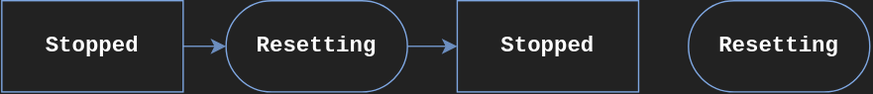
Stolorzs/Picgo keeps this draw.io diagram as drawio/PackMLState.svg. Above is the earlier version. Source tidied: cells renumbered, new cells last; positions are measured from the earlier drawing's top-left corner, leaving out a move shared by most shapes.
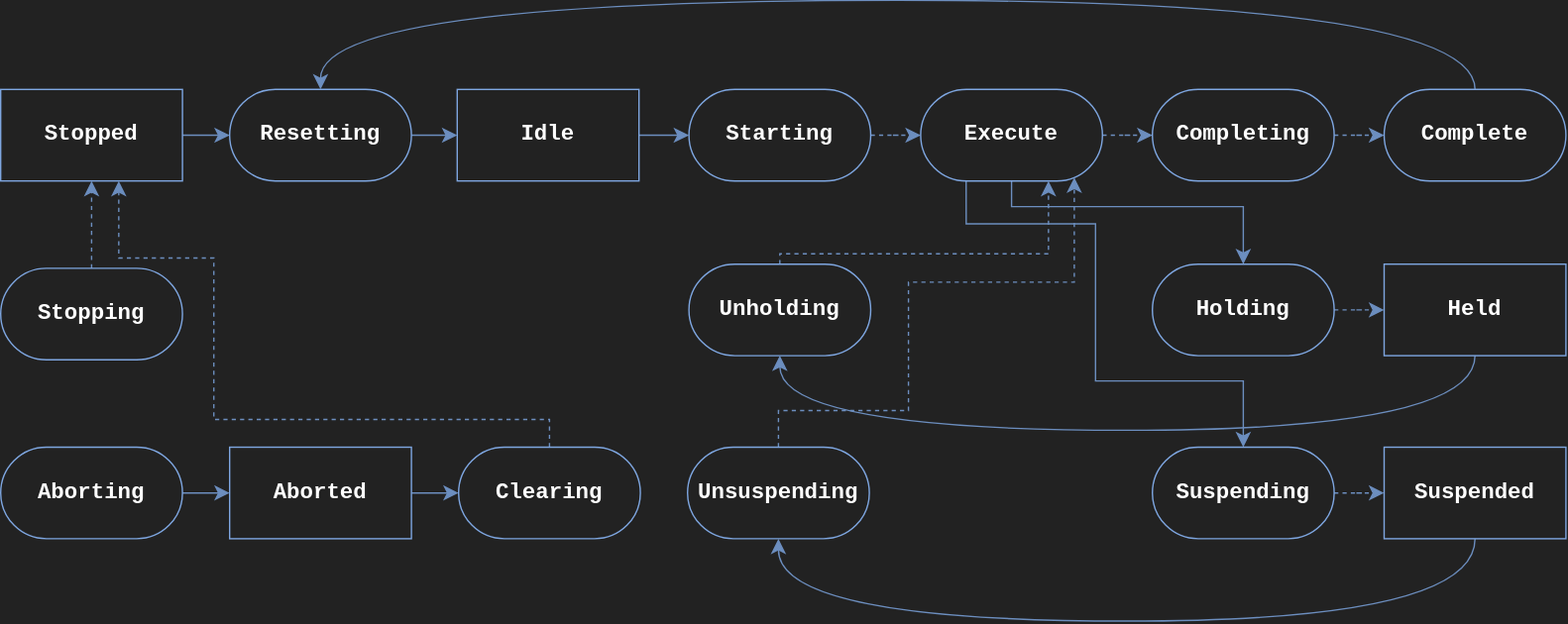
Above is the later version.

What changed in the source:
```diff
@@ -12,13 +12,154 @@
       <mxGeometry relative="1" as="geometry" />
     </mxCell>
     <mxCell id="5" value="&lt;div&gt;&lt;font color=&quot;#ffffff&quot;&gt;&lt;span style=&quot;font-size: 16px;&quot;&gt;Resetting&lt;/span&gt;&lt;/font&gt;&lt;/div&gt;" style="rounded=1;whiteSpace=wrap;html=1;strokeColor=#7EA6E0;align=center;verticalAlign=middle;fontFamily=Courier New;fontSize=12;fontColor=default;fontStyle=1;labelBackgroundColor=none;fillColor=none;roundedPerimeter=1;arcSize=50;" parent="1" vertex="1">
-      <mxGeometry x="162" width="131" height="66" as="geometry" />
+      <mxGeometry x="165" width="131" height="66" as="geometry" />
     </mxCell>
+    <mxCell id="8" style="edgeStyle=orthogonalEdgeStyle;shape=connector;rounded=0;jettySize=auto;html=1;strokeColor=#6c8ebf;align=center;verticalAlign=middle;fontFamily=Helvetica;fontSize=12;fontColor=default;labelBackgroundColor=default;startSize=8;endArrow=classic;endSize=8;fillColor=#dae8fc;" parent="1" edge="1" source="6" target="7">
+      <mxGeometry relative="1" as="geometry" />
+    </mxCell>
-    <mxCell id="6" value="&lt;font color=&quot;#ffffff&quot;&gt;&lt;span style=&quot;font-size: 16px;&quot;&gt;Stopped&lt;/span&gt;&lt;/font&gt;" style="rounded=0;whiteSpace=wrap;html=1;strokeColor=#7EA6E0;align=center;verticalAlign=middle;fontFamily=Courier New;fontSize=12;fontColor=default;fontStyle=1;labelBackgroundColor=none;fillColor=none;" parent="1" vertex="1">
+    <mxCell id="6" value="&lt;font color=&quot;#ffffff&quot;&gt;&lt;span style=&quot;font-size: 16px;&quot;&gt;Idle&lt;/span&gt;&lt;/font&gt;" style="rounded=0;whiteSpace=wrap;html=1;strokeColor=#7EA6E0;align=center;verticalAlign=middle;fontFamily=Courier New;fontSize=12;fontColor=default;fontStyle=1;labelBackgroundColor=none;fillColor=none;" parent="1" vertex="1">
       <mxGeometry x="329" width="131" height="66" as="geometry" />
     </mxCell>
+    <mxCell id="9" style="edgeStyle=orthogonalEdgeStyle;shape=connector;rounded=0;jettySize=auto;html=1;strokeColor=#6c8ebf;align=center;verticalAlign=middle;fontFamily=Helvetica;fontSize=12;fontColor=default;labelBackgroundColor=default;startSize=8;endArrow=classic;endSize=8;fillColor=#dae8fc;dashed=1;" parent="1" edge="1" source="7" target="13">
+      <mxGeometry relative="1" as="geometry" />
+    </mxCell>
-    <mxCell id="7" value="&lt;div&gt;&lt;font color=&quot;#ffffff&quot;&gt;&lt;span style=&quot;font-size: 16px;&quot;&gt;Resetting&lt;/span&gt;&lt;/font&gt;&lt;/div&gt;" style="rounded=1;whiteSpace=wrap;html=1;strokeColor=#7EA6E0;align=center;verticalAlign=middle;fontFamily=Courier New;fontSize=12;fontColor=default;fontStyle=1;labelBackgroundColor=none;fillColor=none;roundedPerimeter=1;arcSize=50;" parent="1" vertex="1">
+    <mxCell id="7" value="&lt;div&gt;&lt;font color=&quot;#ffffff&quot;&gt;&lt;span style=&quot;font-size: 16px;&quot;&gt;Starting&lt;/span&gt;&lt;/font&gt;&lt;/div&gt;" style="rounded=1;whiteSpace=wrap;html=1;strokeColor=#7EA6E0;align=center;verticalAlign=middle;fontFamily=Courier New;fontSize=12;fontColor=default;fontStyle=1;labelBackgroundColor=none;fillColor=none;roundedPerimeter=1;arcSize=50;" parent="1" vertex="1">
       <mxGeometry x="496" width="131" height="66" as="geometry" />
     </mxCell>
+    <mxCell id="10" style="edgeStyle=orthogonalEdgeStyle;shape=connector;rounded=0;jettySize=auto;html=1;strokeColor=#6c8ebf;align=center;verticalAlign=middle;fontFamily=Helvetica;fontSize=12;fontColor=default;labelBackgroundColor=default;startSize=8;endArrow=classic;endSize=8;fillColor=#dae8fc;dashed=1;" parent="1" edge="1" source="13" target="15">
+      <mxGeometry relative="1" as="geometry" />
+    </mxCell>
+    <mxCell id="11" style="edgeStyle=orthogonalEdgeStyle;shape=connector;rounded=0;jettySize=auto;html=1;strokeColor=#6c8ebf;align=center;verticalAlign=middle;fontFamily=Helvetica;fontSize=12;fontColor=default;labelBackgroundColor=default;startSize=8;endArrow=classic;endSize=8;fillColor=#dae8fc;" parent="1" edge="1" source="13" target="31">
+      <mxGeometry relative="1" as="geometry">
+        <Array as="points">
+          <mxPoint x="728.5" y="84.5" />
+          <mxPoint x="895.5" y="84.5" />
+        </Array>
+      </mxGeometry>
+    </mxCell>
+    <mxCell id="12" style="edgeStyle=orthogonalEdgeStyle;shape=connector;rounded=0;jettySize=auto;html=1;strokeColor=#6c8ebf;align=center;verticalAlign=middle;fontFamily=Helvetica;fontSize=12;fontColor=default;labelBackgroundColor=default;startSize=8;endArrow=classic;endSize=8;fillColor=#dae8fc;exitX=0.25;exitY=1;exitDx=0;exitDy=0;" parent="1" edge="1" source="13" target="35">
+      <mxGeometry x="0.25" relative="1" as="geometry">
+        <Array as="points">
+          <mxPoint x="695.8" y="96.9" />
+          <mxPoint x="789" y="96.9" />
+          <mxPoint x="789" y="210.2" />
+          <mxPoint x="895.5" y="210.2" />
+        </Array>
+      </mxGeometry>
+    </mxCell>
+    <mxCell id="13" value="&lt;div&gt;&lt;font color=&quot;#ffffff&quot;&gt;&lt;span style=&quot;font-size: 16px;&quot;&gt;Execute&lt;/span&gt;&lt;/font&gt;&lt;/div&gt;" style="rounded=1;whiteSpace=wrap;html=1;strokeColor=#7EA6E0;align=center;verticalAlign=middle;fontFamily=Courier New;fontSize=12;fontColor=default;fontStyle=1;labelBackgroundColor=none;fillColor=none;roundedPerimeter=1;arcSize=50;" parent="1" vertex="1">
+      <mxGeometry x="663" width="131" height="66" as="geometry" />
+    </mxCell>
+    <mxCell id="14" style="edgeStyle=orthogonalEdgeStyle;shape=connector;rounded=0;jettySize=auto;html=1;strokeColor=#6c8ebf;align=center;verticalAlign=middle;fontFamily=Helvetica;fontSize=12;fontColor=default;labelBackgroundColor=default;startSize=8;endArrow=classic;endSize=8;fillColor=#dae8fc;dashed=1;" parent="1" edge="1" source="15" target="17">
+      <mxGeometry relative="1" as="geometry" />
+    </mxCell>
+    <mxCell id="15" value="&lt;div&gt;&lt;font color=&quot;#ffffff&quot;&gt;&lt;span style=&quot;font-size: 16px;&quot;&gt;Completing&lt;/span&gt;&lt;/font&gt;&lt;/div&gt;" style="rounded=1;whiteSpace=wrap;html=1;strokeColor=#7EA6E0;align=center;verticalAlign=middle;fontFamily=Courier New;fontSize=12;fontColor=default;fontStyle=1;labelBackgroundColor=none;fillColor=none;roundedPerimeter=1;arcSize=50;" parent="1" vertex="1">
+      <mxGeometry x="830" width="131" height="66" as="geometry" />
+    </mxCell>
+    <mxCell id="16" style="edgeStyle=orthogonalEdgeStyle;shape=connector;rounded=0;jettySize=auto;html=1;strokeColor=#6c8ebf;align=center;verticalAlign=middle;fontFamily=Helvetica;fontSize=12;fontColor=default;labelBackgroundColor=default;startSize=8;endArrow=classic;endSize=8;fillColor=#dae8fc;curved=1;curveGeometry=1;" parent="1" edge="1" source="17" target="5">
+      <mxGeometry relative="1" as="geometry">
+        <Array as="points">
+          <mxPoint x="1062.5" y="-64.3" />
+          <mxPoint x="230.5" y="-64.3" />
+        </Array>
+      </mxGeometry>
+    </mxCell>
+    <mxCell id="17" value="&lt;div&gt;&lt;font color=&quot;#ffffff&quot;&gt;&lt;span style=&quot;font-size: 16px;&quot;&gt;Complete&lt;/span&gt;&lt;/font&gt;&lt;/div&gt;" style="rounded=1;whiteSpace=wrap;html=1;strokeColor=#7EA6E0;align=center;verticalAlign=middle;fontFamily=Courier New;fontSize=12;fontColor=default;fontStyle=1;labelBackgroundColor=none;fillColor=none;roundedPerimeter=1;arcSize=50;" parent="1" vertex="1">
+      <mxGeometry x="997" width="131" height="66" as="geometry" />
+    </mxCell>
+    <mxCell id="18" style="edgeStyle=orthogonalEdgeStyle;shape=connector;rounded=0;jettySize=auto;html=1;strokeColor=#6c8ebf;align=center;verticalAlign=middle;fontFamily=Helvetica;fontSize=12;fontColor=default;labelBackgroundColor=default;startSize=8;endArrow=classic;endSize=8;fillColor=#dae8fc;dashed=1;" parent="1" edge="1" source="19" target="3">
+      <mxGeometry relative="1" as="geometry" />
+    </mxCell>
+    <mxCell id="19" value="&lt;div&gt;&lt;font color=&quot;#ffffff&quot;&gt;&lt;span style=&quot;font-size: 16px;&quot;&gt;Stopping&lt;/span&gt;&lt;/font&gt;&lt;/div&gt;" style="rounded=1;whiteSpace=wrap;html=1;strokeColor=#7EA6E0;align=center;verticalAlign=middle;fontFamily=Courier New;fontSize=12;fontColor=default;fontStyle=1;labelBackgroundColor=none;fillColor=none;roundedPerimeter=1;arcSize=50;" parent="1" vertex="1">
+      <mxGeometry y="129" width="131" height="66" as="geometry" />
+    </mxCell>
+    <mxCell id="20" style="edgeStyle=orthogonalEdgeStyle;shape=connector;rounded=0;jettySize=auto;html=1;strokeColor=#6c8ebf;align=center;verticalAlign=middle;fontFamily=Helvetica;fontSize=12;fontColor=default;labelBackgroundColor=default;startSize=8;endArrow=classic;endSize=8;fillColor=#dae8fc;" parent="1" edge="1" source="21" target="23">
+      <mxGeometry relative="1" as="geometry" />
+    </mxCell>
+    <mxCell id="21" value="&lt;div&gt;&lt;font color=&quot;#ffffff&quot;&gt;&lt;span style=&quot;font-size: 16px;&quot;&gt;Aborting&lt;/span&gt;&lt;/font&gt;&lt;/div&gt;" style="rounded=1;whiteSpace=wrap;html=1;strokeColor=#7EA6E0;align=center;verticalAlign=middle;fontFamily=Courier New;fontSize=12;fontColor=default;fontStyle=1;labelBackgroundColor=none;fillColor=none;roundedPerimeter=1;arcSize=50;" parent="1" vertex="1">
+      <mxGeometry y="258" width="131" height="66" as="geometry" />
+    </mxCell>
+    <mxCell id="22" style="edgeStyle=orthogonalEdgeStyle;shape=connector;rounded=0;jettySize=auto;html=1;strokeColor=#6c8ebf;align=center;verticalAlign=middle;fontFamily=Helvetica;fontSize=12;fontColor=default;labelBackgroundColor=default;startSize=8;endArrow=classic;endSize=8;fillColor=#dae8fc;" parent="1" edge="1" source="23" target="25">
+      <mxGeometry relative="1" as="geometry" />
+    </mxCell>
+    <mxCell id="23" value="&lt;font color=&quot;#ffffff&quot;&gt;&lt;span style=&quot;font-size: 16px;&quot;&gt;Aborted&lt;/span&gt;&lt;/font&gt;" style="rounded=0;whiteSpace=wrap;html=1;strokeColor=#7EA6E0;align=center;verticalAlign=middle;fontFamily=Courier New;fontSize=12;fontColor=default;fontStyle=1;labelBackgroundColor=none;fillColor=none;" parent="1" vertex="1">
+      <mxGeometry x="165" y="258" width="131" height="66" as="geometry" />
+    </mxCell>
+    <mxCell id="24" style="edgeStyle=orthogonalEdgeStyle;shape=connector;rounded=0;jettySize=auto;html=1;strokeColor=#6c8ebf;align=center;verticalAlign=middle;fontFamily=Helvetica;fontSize=12;fontColor=default;labelBackgroundColor=default;startSize=8;endArrow=classic;endSize=8;fillColor=#dae8fc;dashed=1;" parent="1" edge="1" source="25" target="3">
+      <mxGeometry x="-0.02" relative="1" as="geometry">
+        <Array as="points">
+          <mxPoint x="395.5" y="238" />
+          <mxPoint x="153.6" y="238" />
+          <mxPoint x="153.6" y="121.6" />
+          <mxPoint x="85.1" y="121.6" />
+        </Array>
+      </mxGeometry>
+    </mxCell>
+    <mxCell id="25" value="&lt;div&gt;&lt;font color=&quot;#ffffff&quot;&gt;&lt;span style=&quot;font-size: 16px;&quot;&gt;Clearing&lt;/span&gt;&lt;/font&gt;&lt;/div&gt;" style="rounded=1;whiteSpace=wrap;html=1;strokeColor=#7EA6E0;align=center;verticalAlign=middle;fontFamily=Courier New;fontSize=12;fontColor=default;fontStyle=1;labelBackgroundColor=none;fillColor=none;roundedPerimeter=1;arcSize=50;" parent="1" vertex="1">
+      <mxGeometry x="330" y="258" width="131" height="66" as="geometry" />
+    </mxCell>
+    <mxCell id="26" style="edgeStyle=orthogonalEdgeStyle;shape=connector;rounded=0;jettySize=auto;html=1;strokeColor=#6c8ebf;align=center;verticalAlign=middle;fontFamily=Helvetica;fontSize=12;fontColor=default;labelBackgroundColor=default;startSize=8;endArrow=classic;endSize=8;fillColor=#dae8fc;dashed=1;" parent="1" edge="1" source="27" target="13">
+      <mxGeometry x="-0.08" relative="1" as="geometry">
+        <Array as="points">
+          <mxPoint x="560.5" y="231.6" />
+          <mxPoint x="654.2" y="231.6" />
+          <mxPoint x="654.2" y="139" />
+          <mxPoint x="773.7" y="139" />
+        </Array>
+      </mxGeometry>
+    </mxCell>
+    <mxCell id="27" value="&lt;div&gt;&lt;font color=&quot;#ffffff&quot;&gt;&lt;span style=&quot;font-size: 16px;&quot;&gt;Unsuspending&lt;/span&gt;&lt;/font&gt;&lt;/div&gt;" style="rounded=1;whiteSpace=wrap;html=1;strokeColor=#7EA6E0;align=center;verticalAlign=middle;fontFamily=Courier New;fontSize=12;fontColor=default;fontStyle=1;labelBackgroundColor=none;fillColor=none;roundedPerimeter=1;arcSize=50;" parent="1" vertex="1">
+      <mxGeometry x="495" y="258" width="131" height="66" as="geometry" />
+    </mxCell>
+    <mxCell id="28" style="edgeStyle=orthogonalEdgeStyle;shape=connector;rounded=0;jettySize=auto;html=1;strokeColor=#6c8ebf;align=center;verticalAlign=middle;fontFamily=Helvetica;fontSize=12;fontColor=default;labelBackgroundColor=default;startSize=8;endArrow=classic;endSize=8;fillColor=#dae8fc;dashed=1;" parent="1" edge="1" source="29" target="13">
+      <mxGeometry x="-0.12" relative="1" as="geometry">
+        <Array as="points">
+          <mxPoint x="561.5" y="118.5" />
+          <mxPoint x="755.1" y="118.5" />
+        </Array>
+      </mxGeometry>
+    </mxCell>
+    <mxCell id="29" value="&lt;div&gt;&lt;font color=&quot;#ffffff&quot;&gt;&lt;span style=&quot;font-size: 16px;&quot;&gt;Unholding&lt;/span&gt;&lt;/font&gt;&lt;/div&gt;" style="rounded=1;whiteSpace=wrap;html=1;strokeColor=#7EA6E0;align=center;verticalAlign=middle;fontFamily=Courier New;fontSize=12;fontColor=default;fontStyle=1;labelBackgroundColor=none;fillColor=none;roundedPerimeter=1;arcSize=50;" parent="1" vertex="1">
+      <mxGeometry x="496" y="126" width="131" height="66" as="geometry" />
+    </mxCell>
+    <mxCell id="30" style="edgeStyle=orthogonalEdgeStyle;shape=connector;rounded=0;jettySize=auto;html=1;strokeColor=#6c8ebf;align=center;verticalAlign=middle;fontFamily=Helvetica;fontSize=12;fontColor=default;labelBackgroundColor=default;startSize=8;endArrow=classic;endSize=8;fillColor=#dae8fc;dashed=1;" parent="1" edge="1" source="31" target="33">
+      <mxGeometry relative="1" as="geometry" />
+    </mxCell>
+    <mxCell id="31" value="&lt;div&gt;&lt;font color=&quot;#ffffff&quot;&gt;&lt;span style=&quot;font-size: 16px;&quot;&gt;Holding&lt;/span&gt;&lt;/font&gt;&lt;/div&gt;" style="rounded=1;whiteSpace=wrap;html=1;strokeColor=#7EA6E0;align=center;verticalAlign=middle;fontFamily=Courier New;fontSize=12;fontColor=default;fontStyle=1;labelBackgroundColor=none;fillColor=none;roundedPerimeter=1;arcSize=50;" parent="1" vertex="1">
+      <mxGeometry x="830" y="126" width="131" height="66" as="geometry" />
+    </mxCell>
+    <mxCell id="32" style="edgeStyle=orthogonalEdgeStyle;shape=connector;rounded=0;jettySize=auto;html=1;strokeColor=#6c8ebf;align=center;verticalAlign=middle;fontFamily=Helvetica;fontSize=12;fontColor=default;labelBackgroundColor=default;startSize=8;endArrow=classic;endSize=8;fillColor=#dae8fc;curved=1;curveGeometry=1;" parent="1" edge="1" source="33" target="29">
+      <mxGeometry relative="1" as="geometry">
+        <Array as="points">
+          <mxPoint x="1062.5" y="245.8" />
+          <mxPoint x="561.5" y="245.8" />
+        </Array>
+      </mxGeometry>
+    </mxCell>
+    <mxCell id="33" value="&lt;div&gt;&lt;font color=&quot;#ffffff&quot;&gt;&lt;span style=&quot;font-size: 16px;&quot;&gt;Held&lt;/span&gt;&lt;/font&gt;&lt;/div&gt;" style="rounded=1;whiteSpace=wrap;html=1;strokeColor=#7EA6E0;align=center;verticalAlign=middle;fontFamily=Courier New;fontSize=12;fontColor=default;fontStyle=1;labelBackgroundColor=none;fillColor=none;roundedPerimeter=1;arcSize=0;" parent="1" vertex="1">
+      <mxGeometry x="997" y="126" width="131" height="66" as="geometry" />
+    </mxCell>
+    <mxCell id="34" style="edgeStyle=orthogonalEdgeStyle;shape=connector;rounded=0;jettySize=auto;html=1;strokeColor=#6c8ebf;align=center;verticalAlign=middle;fontFamily=Helvetica;fontSize=12;fontColor=default;labelBackgroundColor=default;startSize=8;endArrow=classic;endSize=8;fillColor=#dae8fc;dashed=1;" parent="1" edge="1" source="35" target="38">
+      <mxGeometry relative="1" as="geometry" />
+    </mxCell>
+    <mxCell id="35" value="&lt;div&gt;&lt;font color=&quot;#ffffff&quot;&gt;&lt;span style=&quot;font-size: 16px;&quot;&gt;Suspending&lt;/span&gt;&lt;/font&gt;&lt;/div&gt;" style="rounded=1;whiteSpace=wrap;html=1;strokeColor=#7EA6E0;align=center;verticalAlign=middle;fontFamily=Courier New;fontSize=12;fontColor=default;fontStyle=1;labelBackgroundColor=none;fillColor=none;roundedPerimeter=1;arcSize=50;" parent="1" vertex="1">
+      <mxGeometry x="830" y="258" width="131" height="66" as="geometry" />
+    </mxCell>
+    <mxCell id="36" style="edgeStyle=orthogonalEdgeStyle;shape=connector;rounded=0;jettySize=auto;strokeColor=#6c8ebf;align=center;verticalAlign=middle;fontFamily=Helvetica;fontSize=12;fontColor=none;labelBackgroundColor=default;startSize=8;endArrow=classic;endSize=8;fillColor=#dae8fc;curved=1;curveGeometry=1;labelBorderColor=none;noLabel=1;html=1;textShadow=0;" parent="1" edge="1" source="38" target="27">
+      <mxGeometry relative="1" as="geometry">
+        <Array as="points">
+          <mxPoint x="1062.5" y="383.4" />
+          <mxPoint x="560.5" y="383.4" />
+        </Array>
+      </mxGeometry>
+    </mxCell>
+    <mxCell id="37" value="&lt;span style=&quot;font-family: &amp;quot;Courier New&amp;quot;; font-size: 16px; font-weight: 700; white-space: normal;&quot;&gt;Unsuspending&lt;/span&gt;" style="edgeLabel;html=1;align=center;verticalAlign=middle;inheritText=fontFamily,fontSize,fontStyle,textOpacity,labelBorderColor,labelBorderWidth,labelBackgroundColor,defaultLabelBackgroundColor,labelPadding;fontColor=none;noLabel=1;fontSize=12;labelBorderColor=none;" parent="36" vertex="1">
+      <mxGeometry x="-0.1" y="-1" relative="1" as="geometry">
+        <mxPoint x="-22" y="-1" as="offset" />
+      </mxGeometry>
+    </mxCell>
+    <mxCell id="38" value="&lt;div&gt;&lt;font color=&quot;#ffffff&quot;&gt;&lt;span style=&quot;font-size: 16px;&quot;&gt;Suspended&lt;/span&gt;&lt;/font&gt;&lt;/div&gt;" style="rounded=1;whiteSpace=wrap;html=1;strokeColor=#7EA6E0;align=center;verticalAlign=middle;fontFamily=Courier New;fontSize=12;fontColor=default;fontStyle=1;labelBackgroundColor=none;fillColor=none;roundedPerimeter=1;arcSize=0;" parent="1" vertex="1">
+      <mxGeometry x="997" y="258" width="131" height="66" as="geometry" />
+    </mxCell>
   </root>
 </mxGraphModel>
```
